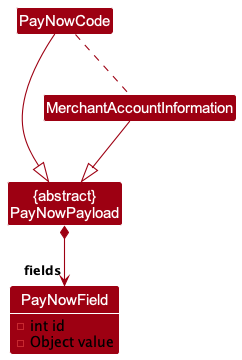
The PlantUML diagram docs/images/PayNowDiagram.png in nus-cs2103-AY2324S2/tp, before a commit. The source it was exported from:
```plantuml
@startuml
!include ../style.puml
skinparam arrowThickness 1.1
skinparam arrowColor MODEL_COLOR
skinparam classBackgroundColor MODEL_COLOR

Class "{abstract}\nPayNowPayload" as PayNowPayload
Class PayNowCode
Class MerchantAccountInformation
Class PayNowField {
    -int id
    -Object value
}
show PayNowField fields

PayNowPayload *--> "fields" PayNowField
MerchantAccountInformation --|> PayNowPayload
PayNowCode --|> PayNowPayload
PayNowCode .. MerchantAccountInformation

@enduml
```
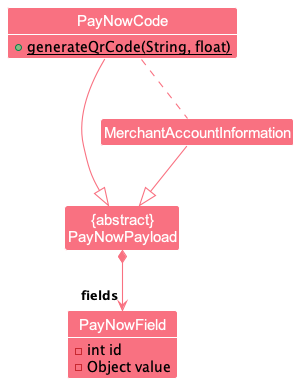
Above is the later version.

Commit message:
Update UML and developer guide

Diff of the diagram source:
```diff
@@ -1,17 +1,20 @@
 @startuml
 !include ../style.puml
 skinparam arrowThickness 1.1
-skinparam arrowColor MODEL_COLOR
-skinparam classBackgroundColor MODEL_COLOR
+skinparam arrowColor MODEL_COLOR_T1
+skinparam classBackgroundColor MODEL_COLOR_T1
 
 Class "{abstract}\nPayNowPayload" as PayNowPayload
-Class PayNowCode
+Class PayNowCode {
+    +{static}generateQrCode(String, float)
+}
 Class MerchantAccountInformation
 Class PayNowField {
     -int id
     -Object value
 }
 show PayNowField fields
+show PayNowCode methods
 
 PayNowPayload *--> "fields" PayNowField
 MerchantAccountInformation --|> PayNowPayload
```
